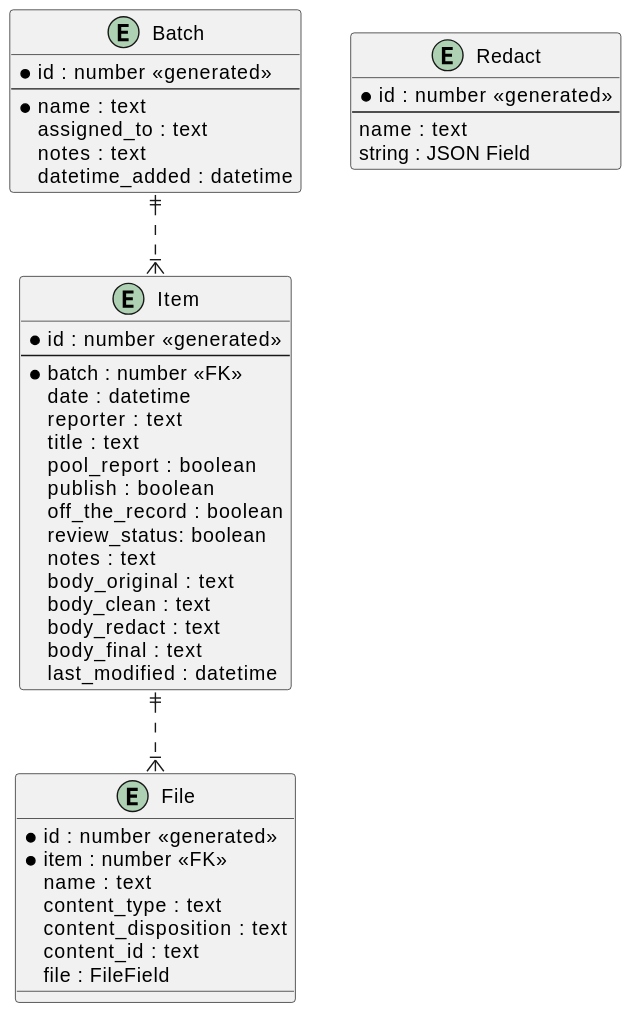
The PlantUML diagram docs/images/db_schema.svg in timkanke/scutes, before a commit.
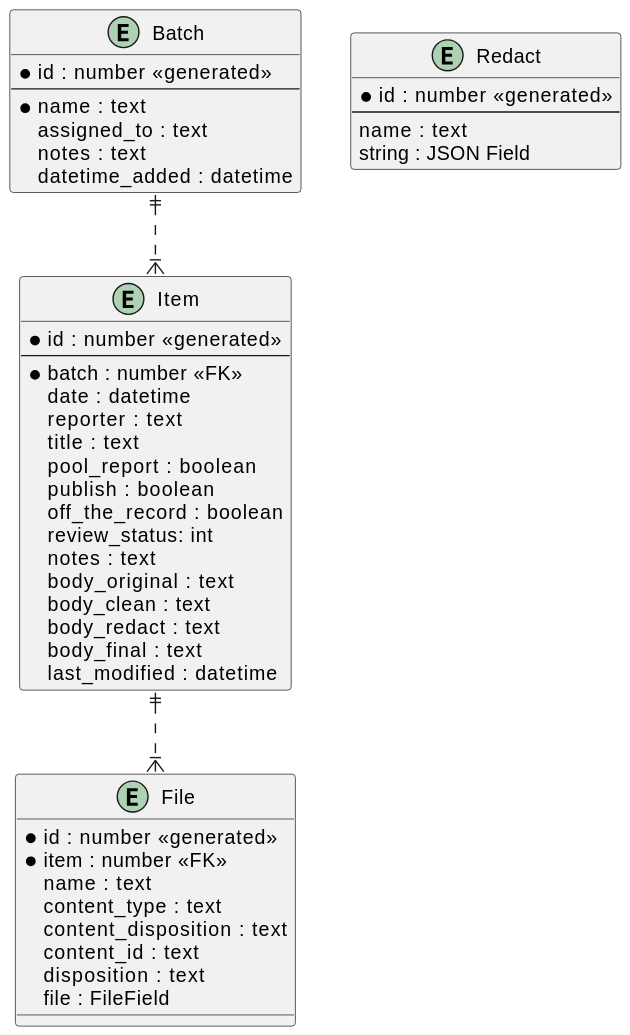
Above is the later version.

Commit message:
LIBWHCA-200 Update database schema

What changed in the source:
```diff
@@ -16,6 +16,7 @@
     content_type : text
     content_disposition : text
     content_id : text
+    disposition : text
     file : FileField
     }
 
@@ -29,7 +30,7 @@
   pool_report : boolean
   publish : boolean
   off_the_record : boolean
-  review_status: boolean
+  review_status: int
   notes : text
   body_original : text
   body_clean : text
```
